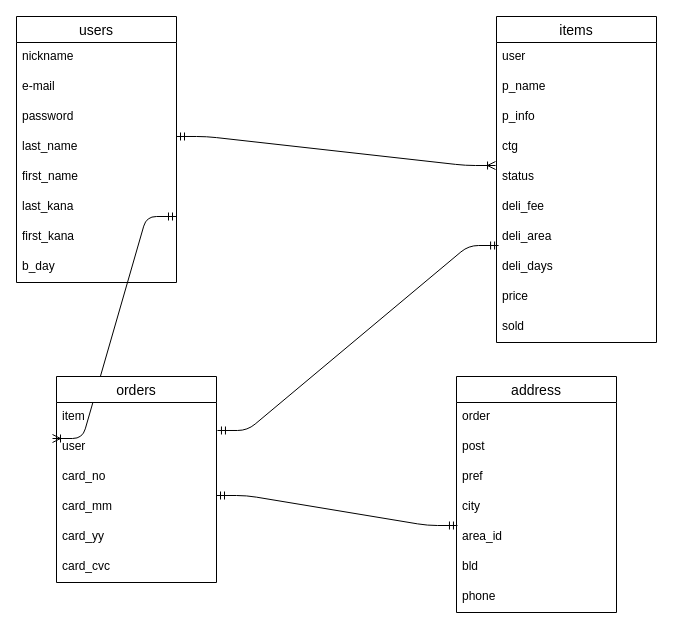
Earlier version of the draw.io diagram er.dio (kyuu5988/furima-28122). Source tidied: cells renumbered, new cells numbered last; positions are measured from the earlier drawing's top-left corner, leaving out a move shared by most shapes. Both pictures are drawn from the tidied source at 100%, with x=0, y=0 at pixel (16, 16).
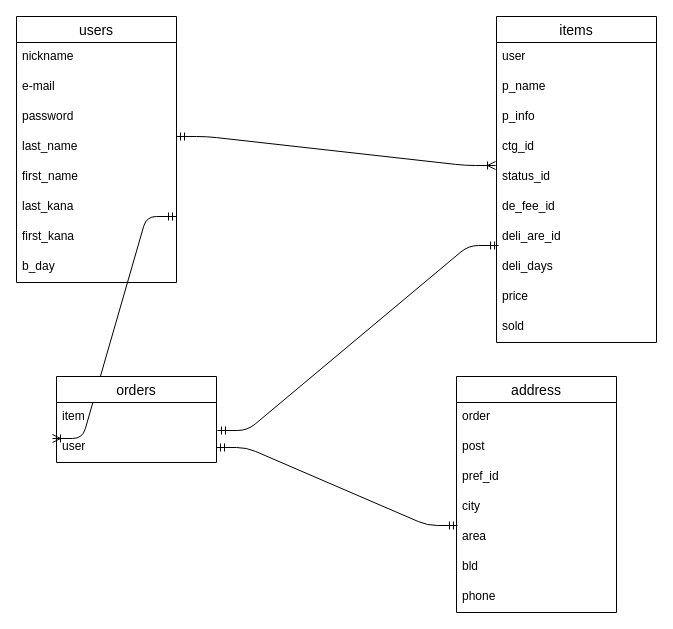
The same page after the edit.

Commit message (it also covers changes not shown here):
ER / 設計図　訂正

The change refers to these unchanged cells:
```xml
<mxCell id="2" value="items" style="swimlane;fontStyle=0;horizontal=1;startSize=26;align=center;fontSize=14;" parent="1" vertex="1">
  <mxGeometry x="480" width="160" height="326" as="geometry" />
</mxCell>
<mxCell id="26" value="user" style="text;strokeColor=none;fillColor=none;spacingLeft=4;spacingRight=4;overflow=hidden;points=[[0,0.5],[1,0.5]];portConstraint=eastwest;fontSize=12;" parent="24" vertex="1">
  <mxGeometry y="56" width="160" height="30" as="geometry" />
</mxCell>
<mxCell id="32" value="address" style="swimlane;fontStyle=0;horizontal=1;startSize=26;align=center;fontSize=14;" parent="1" vertex="1">
  <mxGeometry x="440" y="360" width="160" height="236" as="geometry" />
</mxCell>
```

The edit, as a diff of the source:
```diff
@@
-    <mxCell id="6" value="ctg" style="text;strokeColor=none;fillColor=none;spacingLeft=4;spacingRight=4;overflow=hidden;fontSize=12;" parent="2" vertex="1">
+    <mxCell id="6" value="ctg_id" style="text;strokeColor=none;fillColor=none;spacingLeft=4;spacingRight=4;overflow=hidden;fontSize=12;" parent="2" vertex="1">
       <mxGeometry y="116" width="160" height="30" as="geometry" />
     </mxCell>
-    <mxCell id="7" value="status" style="text;strokeColor=none;fillColor=none;spacingLeft=4;spacingRight=4;overflow=hidden;points=[[0,0.5],[1,0.5]];portConstraint=eastwest;fontSize=12;" parent="2" vertex="1">
+    <mxCell id="7" value="status_id" style="text;strokeColor=none;fillColor=none;spacingLeft=4;spacingRight=4;overflow=hidden;points=[[0,0.5],[1,0.5]];portConstraint=eastwest;fontSize=12;" parent="2" vertex="1">
       <mxGeometry y="146" width="160" height="30" as="geometry" />
     </mxCell>
-    <mxCell id="8" value="deli_fee" style="text;strokeColor=none;fillColor=none;spacingLeft=4;spacingRight=4;overflow=hidden;fontSize=12;" parent="2" vertex="1">
+    <mxCell id="8" value="de_fee_id" style="text;strokeColor=none;fillColor=none;spacingLeft=4;spacingRight=4;overflow=hidden;fontSize=12;" parent="2" vertex="1">
       <mxGeometry y="176" width="160" height="30" as="geometry" />
     </mxCell>
-    <mxCell id="9" value="deli_area" style="text;strokeColor=none;fillColor=none;spacingLeft=4;spacingRight=4;overflow=hidden;points=[[0,0.5],[1,0.5]];portConstraint=eastwest;fontSize=12;" parent="2" vertex="1">
+    <mxCell id="9" value="deli_are_id" style="text;strokeColor=none;fillColor=none;spacingLeft=4;spacingRight=4;overflow=hidden;points=[[0,0.5],[1,0.5]];portConstraint=eastwest;fontSize=12;" parent="2" vertex="1">
       <mxGeometry y="206" width="160" height="30" as="geometry" />
     </mxCell>
@@
     <mxCell id="24" value="orders" style="swimlane;fontStyle=0;horizontal=1;startSize=26;align=center;fontSize=14;" parent="1" vertex="1">
-      <mxGeometry x="40" y="360" width="160" height="206" as="geometry" />
+      <mxGeometry x="40" y="360" width="160" height="86" as="geometry" />
     </mxCell>
@@
-    <mxCell id="27" value="card_no" style="text;strokeColor=none;fillColor=none;spacingLeft=4;spacingRight=4;overflow=hidden;fontSize=12;" parent="24" vertex="1">
-      <mxGeometry y="86" width="160" height="30" as="geometry" />
-    </mxCell>
-    <mxCell id="28" value="card_mm" style="text;strokeColor=none;fillColor=none;spacingLeft=4;spacingRight=4;overflow=hidden;fontSize=12;" parent="24" vertex="1">
-      <mxGeometry y="116" width="160" height="30" as="geometry" />
-    </mxCell>
-    <mxCell id="29" value="card_yy" style="text;strokeColor=none;fillColor=none;spacingLeft=4;spacingRight=4;overflow=hidden;fontSize=12;" parent="24" vertex="1">
-      <mxGeometry y="146" width="160" height="30" as="geometry" />
-    </mxCell>
-    <mxCell id="30" value="card_cvc" style="text;strokeColor=none;fillColor=none;spacingLeft=4;spacingRight=4;overflow=hidden;fontSize=12;" parent="24" vertex="1">
-      <mxGeometry y="176" width="160" height="30" as="geometry" />
-    </mxCell>
@@
-    <mxCell id="35" value="pref" style="text;strokeColor=none;fillColor=none;spacingLeft=4;spacingRight=4;overflow=hidden;fontSize=12;" parent="32" vertex="1">
+    <mxCell id="35" value="pref_id" style="text;strokeColor=none;fillColor=none;spacingLeft=4;spacingRight=4;overflow=hidden;fontSize=12;" parent="32" vertex="1">
       <mxGeometry y="86" width="160" height="30" as="geometry" />
     </mxCell>
@@
-    <mxCell id="37" value="area_id" style="text;strokeColor=none;fillColor=none;spacingLeft=4;spacingRight=4;overflow=hidden;points=[[0,0.5],[1,0.5]];portConstraint=eastwest;fontSize=12;" parent="32" vertex="1">
+    <mxCell id="37" value="area" style="text;strokeColor=none;fillColor=none;spacingLeft=4;spacingRight=4;overflow=hidden;points=[[0,0.5],[1,0.5]];portConstraint=eastwest;fontSize=12;" parent="32" vertex="1">
       <mxGeometry y="146" width="160" height="30" as="geometry" />
     </mxCell>
@@
-    <mxCell id="40" style="edgeStyle=entityRelationEdgeStyle;fontSize=12;html=1;endArrow=ERmandOne;startArrow=ERmandOne;entryX=0.006;entryY=0.1;entryDx=0;entryDy=0;entryPerimeter=0;" parent="1" edge="1" target="37">
-      <mxGeometry relative="1" as="geometry">
-        <mxPoint x="200" y="479" as="sourcePoint" />
-      </mxGeometry>
+    <mxCell id="40" style="edgeStyle=entityRelationEdgeStyle;fontSize=12;html=1;endArrow=ERmandOne;startArrow=ERmandOne;entryX=0.006;entryY=0.1;entryDx=0;entryDy=0;entryPerimeter=0;" parent="1" edge="1" source="26" target="37">
+      <mxGeometry relative="1" as="geometry" />
     </mxCell>
```
